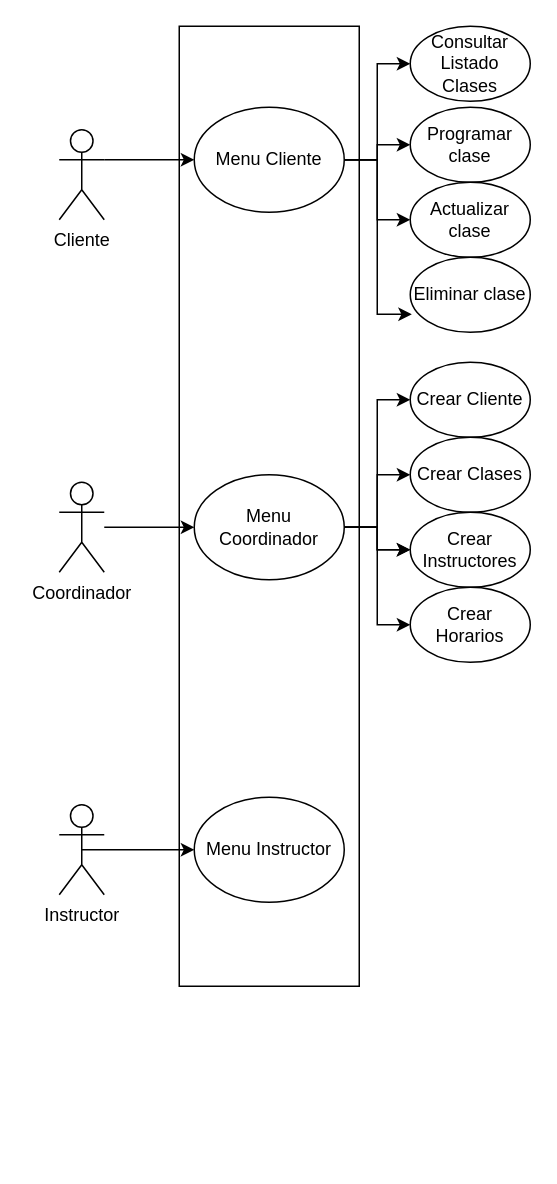
Earlier version of the draw.io diagram Diagramas/Untitled Diagram.drawio (DI3GOS/G8_Proyecto). Source tidied: cells renumbered, new cells numbered last; positions are measured from the earlier drawing's top-left corner, leaving out a move shared by most shapes. Both pictures are drawn from the tidied source at 150%, with x=0, y=0 at pixel (58, 26).
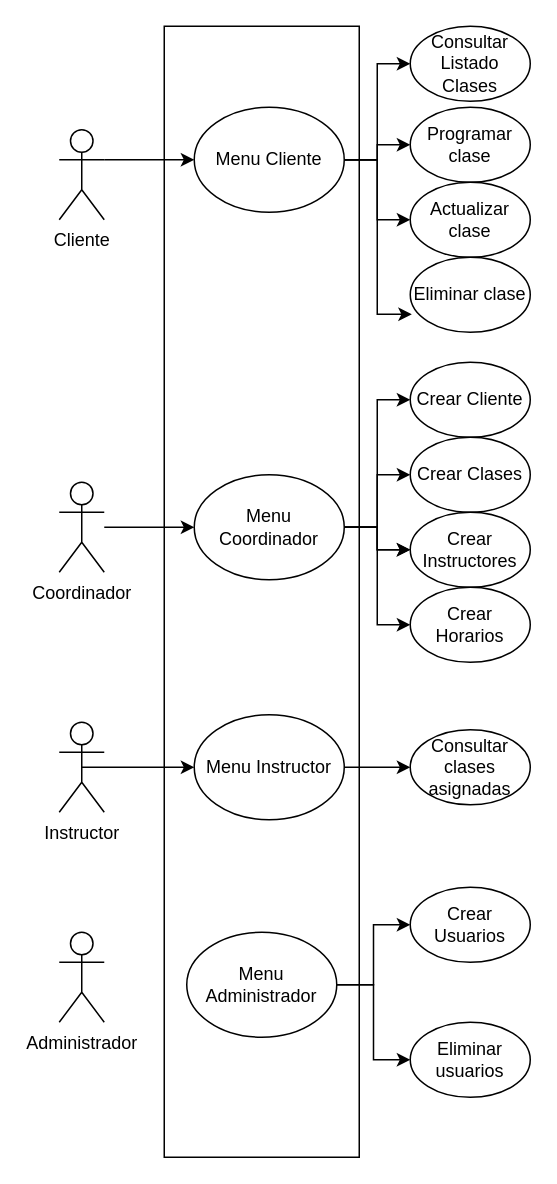
After the change.

Diff of the diagram source:
```diff
@@
     <mxCell id="2" style="rounded=0;whiteSpace=wrap;html=1;" parent="1" vertex="1">
-      <mxGeometry x="80" width="120" height="640" as="geometry" />
+      <mxGeometry x="70" width="130" height="754" as="geometry" />
     </mxCell>
@@
     <mxCell id="6" value="Instructor" style="shape=umlActor;verticalLabelPosition=bottom;verticalAlign=top;html=1;outlineConnect=0;" parent="1" vertex="1">
-      <mxGeometry y="519" width="30" height="60" as="geometry" />
+      <mxGeometry y="464" width="30" height="60" as="geometry" />
     </mxCell>
@@
+    <mxCell id="29" style="edgeStyle=orthogonalEdgeStyle;rounded=0;jettySize=auto;html=1;entryX=0;entryY=0.5;entryDx=0;entryDy=0;" parent="1" edge="1" source="14" target="30">
+      <mxGeometry relative="1" as="geometry" />
+    </mxCell>
     <mxCell id="14" value="Menu Instructor" style="ellipse;whiteSpace=wrap;html=1;" parent="1" vertex="1">
-      <mxGeometry x="90" y="514" width="100" height="70" as="geometry" />
+      <mxGeometry x="90" y="459" width="100" height="70" as="geometry" />
     </mxCell>
@@
+    <mxCell id="30" value="Consultar clases asignadas" style="ellipse;whiteSpace=wrap;html=1;" parent="1" vertex="1">
+      <mxGeometry x="234" y="469" width="80" height="50" as="geometry" />
+    </mxCell>
+    <mxCell id="31" value="Administrador" style="shape=umlActor;verticalLabelPosition=bottom;verticalAlign=top;html=1;" parent="1" vertex="1">
+      <mxGeometry y="604" width="30" height="60" as="geometry" />
+    </mxCell>
+    <mxCell id="32" style="edgeStyle=orthogonalEdgeStyle;rounded=0;jettySize=auto;html=1;entryX=0;entryY=0.5;entryDx=0;entryDy=0;" parent="1" edge="1" source="34" target="35">
+      <mxGeometry relative="1" as="geometry" />
+    </mxCell>
+    <mxCell id="33" style="edgeStyle=orthogonalEdgeStyle;rounded=0;jettySize=auto;html=1;" parent="1" edge="1" source="34" target="36">
+      <mxGeometry relative="1" as="geometry" />
+    </mxCell>
+    <mxCell id="34" value="Menu Administrador" style="ellipse;whiteSpace=wrap;html=1;" parent="1" vertex="1">
+      <mxGeometry x="85" y="604" width="100" height="70" as="geometry" />
+    </mxCell>
+    <mxCell id="35" value="Crear Usuarios" style="ellipse;whiteSpace=wrap;html=1;" parent="1" vertex="1">
+      <mxGeometry x="234" y="574" width="80" height="50" as="geometry" />
+    </mxCell>
+    <mxCell id="36" value="Eliminar usuarios" style="ellipse;whiteSpace=wrap;html=1;" parent="1" vertex="1">
+      <mxGeometry x="234" y="664" width="80" height="50" as="geometry" />
+    </mxCell>
```
